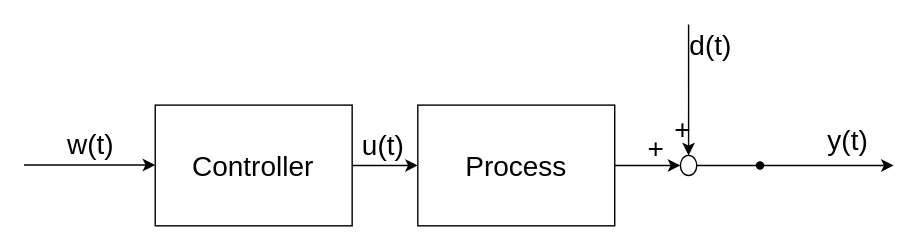
Before: openloop.drawio.svg, a diagram exported from draw.io (mxwlc/ee2project-2024-robot-power). Source tidied: cells renumbered, new cells last; positions are measured from the earlier drawing's top-left corner, leaving out a move shared by most shapes.
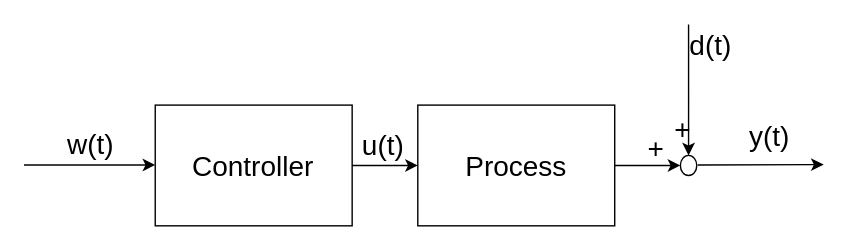
Later version of the same file.

Diff of the diagram source:
```diff
@@ -13,9 +13,6 @@
     <mxCell id="4" value="Process" style="rounded=0;whiteSpace=wrap;html=1;fontSize=20;" parent="1" vertex="1">
       <mxGeometry x="281" y="57.5" width="140.7" height="86.2" as="geometry" />
     </mxCell>
-    <mxCell id="5" style="edgeStyle=orthogonalEdgeStyle;rounded=0;jettySize=auto;html=1;endArrow=none;endFill=0;fontSize=20;" parent="1" edge="1" source="8" target="14">
-      <mxGeometry relative="1" as="geometry" />
-    </mxCell>
     <mxCell id="6" value="d(t)" style="edgeStyle=orthogonalEdgeStyle;rounded=0;jettySize=auto;html=1;startArrow=classic;startFill=1;endArrow=none;endFill=0;verticalAlign=middle;labelBackgroundColor=none;fontSize=20;" parent="1" edge="1" source="8">
       <mxGeometry x="0.69" y="-15" relative="1" as="geometry">
         <mxPoint x="474.4" as="targetPoint" />
@@ -38,19 +35,21 @@
     <mxCell id="11" value="Controller" style="whiteSpace=wrap;html=1;rounded=0;fontSize=20;" parent="1" vertex="1">
       <mxGeometry x="93.4" y="57.5" width="140.7" height="86.2" as="geometry" />
     </mxCell>
-    <mxCell id="12" style="edgeStyle=orthogonalEdgeStyle;rounded=0;jettySize=auto;html=1;fontSize=20;" parent="1" edge="1" source="14">
+    <mxCell id="12" style="edgeStyle=orthogonalEdgeStyle;rounded=0;orthogonalLoop=1;jettySize=auto;html=1;fontSize=20;" parent="1" edge="1">
       <mxGeometry relative="1" as="geometry">
-        <mxPoint x="621" y="100.6" as="targetPoint" />
+        <mxPoint x="505.5" y="100.3" as="sourcePoint" />
+        <mxPoint x="571" y="100" as="targetPoint" />
+        <Array as="points">
+          <mxPoint x="481" y="99.7" />
+          <mxPoint x="481" y="99.7" />
+        </Array>
       </mxGeometry>
     </mxCell>
     <mxCell id="13" value="y(t)" style="edgeLabel;html=1;align=center;verticalAlign=bottom;labelBackgroundColor=none;fontSize=20;" parent="12" vertex="1">
       <mxGeometry x="0.55" y="1" relative="1" as="geometry">
-        <mxPoint x="-12" y="-4" as="offset" />
+        <mxPoint x="-14" y="-6" as="offset" />
       </mxGeometry>
     </mxCell>
-    <mxCell id="14" style="shape=waypoint;sketch=0;size=6;points=[];fillColor=default;perimeter=centerPerimeter;snapToPoint=1;rounded=0;fontSize=20;" parent="1" vertex="1">
-      <mxGeometry x="515.5" y="90.6" width="20" height="20" as="geometry" />
-    </mxCell>
     <mxCell id="15" value="w(t)" style="edgeStyle=orthogonalEdgeStyle;rounded=0;orthogonalLoop=1;jettySize=auto;html=1;endArrow=none;endFill=0;startArrow=classic;startFill=1;verticalAlign=bottom;fontSize=20;" parent="1" edge="1">
       <mxGeometry relative="1" as="geometry">
         <mxPoint x="93.4" y="100.3" as="sourcePoint" />
```
